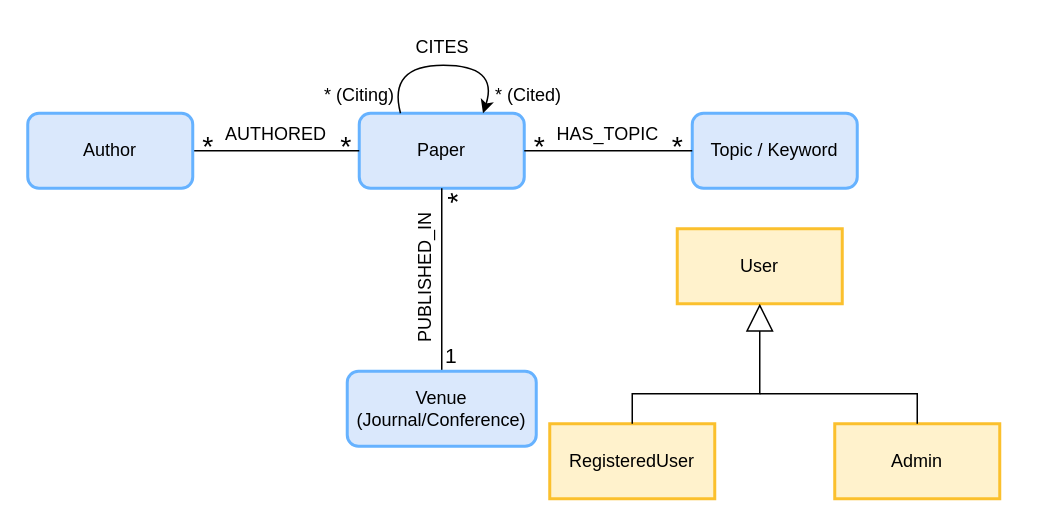
The draw.io diagram Preliminary_UML.drawio in AndreaCovelli/NexusScholar, before the edit. Source tidied: cells renumbered, new cells numbered last; positions are measured from the earlier drawing's top-left corner, leaving out a move shared by most shapes. Both pictures are drawn from the tidied source at 150%, with x=0, y=0 at pixel (27, 26).
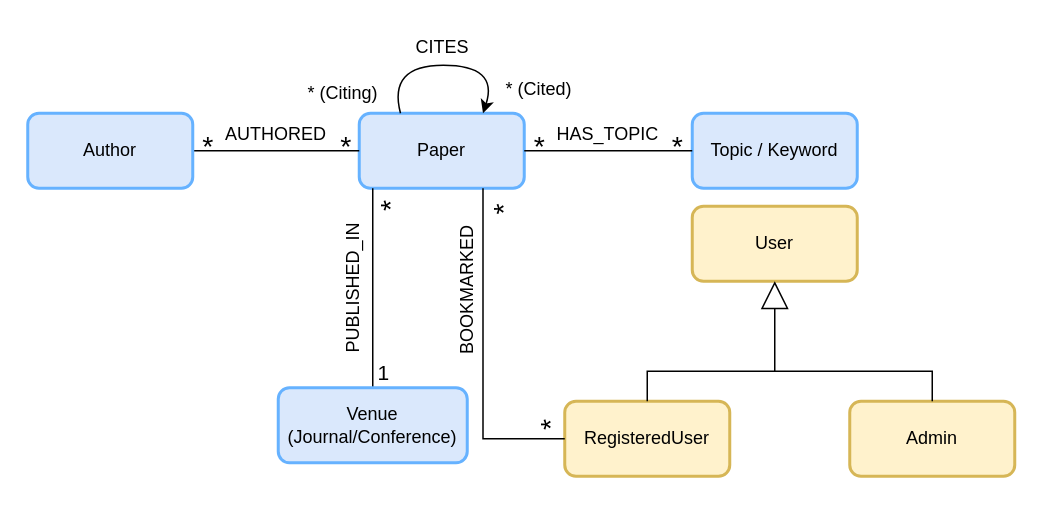
The same page after the edit.

Commit message:
fix: preliminary uml unified with users uml and changed some style (#7)

The change refers to these unchanged cells:
```xml
<mxCell id="2" value="Paper" style="html=1;whiteSpace=wrap;fillColor=#dae8fc;strokeColor=#66B2FF;strokeWidth=2;rounded=1;" parent="1" vertex="1">
  <mxGeometry x="221" y="58" width="110" height="50" as="geometry" />
</mxCell>
```

The edit, as a diff of the source:
```diff
@@
-    <mxCell id="3" value="User" style="html=1;whiteSpace=wrap;fillColor=#fff2cc;strokeColor=#FBC02D;strokeWidth=2;" parent="1" vertex="1">
-      <mxGeometry x="433" y="135" width="110" height="50" as="geometry" />
+    <mxCell id="3" value="User" style="html=1;whiteSpace=wrap;fillColor=#fff2cc;strokeColor=#d6b656;strokeWidth=2;rounded=1;align=center;verticalAlign=middle;fontFamily=Helvetica;fontSize=12;" parent="1" vertex="1">
+      <mxGeometry x="443" y="120" width="110" height="50" as="geometry" />
     </mxCell>
-    <mxCell id="4" value="RegisteredUser" style="html=1;whiteSpace=wrap;fillColor=#fff2cc;strokeColor=#FBC02D;strokeWidth=2;" parent="1" vertex="1">
-      <mxGeometry x="348" y="265" width="110" height="50" as="geometry" />
+    <mxCell id="4" value="RegisteredUser" style="html=1;whiteSpace=wrap;fillColor=#fff2cc;strokeColor=#d6b656;strokeWidth=2;rounded=1;align=center;verticalAlign=middle;fontFamily=Helvetica;fontSize=12;" parent="1" vertex="1">
+      <mxGeometry x="358" y="250" width="110" height="50" as="geometry" />
     </mxCell>
-    <mxCell id="5" value="Admin" style="html=1;whiteSpace=wrap;fillColor=#fff2cc;strokeColor=#FBC02D;strokeWidth=2;" parent="1" vertex="1">
-      <mxGeometry x="538" y="265" width="110" height="50" as="geometry" />
+    <mxCell id="5" value="Admin" style="html=1;whiteSpace=wrap;fillColor=#fff2cc;strokeColor=#d6b656;strokeWidth=2;rounded=1;align=center;verticalAlign=middle;fontFamily=Helvetica;fontSize=12;" parent="1" vertex="1">
+      <mxGeometry x="548" y="250" width="110" height="50" as="geometry" />
     </mxCell>
     <mxCell id="6" style="endArrow=block;endSize=16;endFill=0;html=1;entryX=0.5;entryY=1;entryDx=0;entryDy=0;exitX=0.5;exitY=0;exitDx=0;exitDy=0;rounded=0;curved=0;" parent="1" edge="1" source="4" target="3">
       <mxGeometry relative="1" as="geometry">
         <Array as="points">
-          <mxPoint x="403" y="245" />
-          <mxPoint x="488" y="245" />
+          <mxPoint x="413" y="230" />
+          <mxPoint x="498" y="230" />
         </Array>
       </mxGeometry>
     </mxCell>
     <mxCell id="7" style="endArrow=none;html=1;edgeStyle=orthogonalEdgeStyle;exitX=0.5;exitY=0;exitDx=0;exitDy=0;rounded=0;curved=0;" parent="1" edge="1" source="5">
       <mxGeometry relative="1" as="geometry">
-        <mxPoint x="488" y="245" as="targetPoint" />
+        <mxPoint x="498" y="230" as="targetPoint" />
         <Array as="points">
-          <mxPoint x="593" y="245" />
+          <mxPoint x="603" y="230" />
         </Array>
       </mxGeometry>
     </mxCell>
@@
-    <mxCell id="13" style="curved=1;endArrow=classic;html=1;rounded=0;exitX=0.25;exitY=0;exitDx=0;exitDy=0;entryX=0.75;entryY=0;entryDx=0;entryDy=0;" parent="1" edge="1" source="2" target="2">
+    <mxCell id="13" style="curved=1;endArrow=classic;html=1;rounded=0;exitX=0.25;exitY=0;exitDx=0;exitDy=0;entryX=0.75;entryY=0;entryDx=0;entryDy=0;endFill=1;" parent="1" edge="1" source="2" target="2">
       <mxGeometry relative="1" as="geometry">
         <Array as="points">
           <mxPoint x="240" y="26" />
           <mxPoint x="314" y="26" />
         </Array>
       </mxGeometry>
     </mxCell>
@@
     <mxCell id="15" value="* (Citing)" style="text;whiteSpace=wrap;" parent="1" vertex="1">
-      <mxGeometry x="196" y="32" width="52" height="26" as="geometry" />
+      <mxGeometry x="185" y="31" width="52" height="26" as="geometry" />
     </mxCell>
     <mxCell id="16" value="* (Cited)" style="text;whiteSpace=wrap;" parent="1" vertex="1">
-      <mxGeometry x="310" y="32" width="48.1" height="25" as="geometry" />
+      <mxGeometry x="317.4" y="28" width="48.1" height="25" as="geometry" />
     </mxCell>
@@
-    <mxCell id="22" style="endArrow=none;html=1;edgeStyle=orthogonalEdgeStyle;entryX=0.5;entryY=1;entryDx=0;entryDy=0;exitX=0.5;exitY=0;exitDx=0;exitDy=0;" parent="1" edge="1" source="23" target="2">
+    <mxCell id="22" style="endArrow=none;html=1;edgeStyle=orthogonalEdgeStyle;entryX=0.082;entryY=1;entryDx=0;entryDy=0;exitX=0.5;exitY=0;exitDx=0;exitDy=0;entryPerimeter=0;" parent="1" edge="1" source="23" target="2">
       <mxGeometry relative="1" as="geometry" />
     </mxCell>
     <mxCell id="23" value="Venue (Journal/Conference)" style="html=1;whiteSpace=wrap;fillColor=#dae8fc;strokeColor=#66B2FF;strokeWidth=2;rounded=1;" parent="1" vertex="1">
-      <mxGeometry x="213" y="230" width="126" height="50" as="geometry" />
+      <mxGeometry x="167" y="241" width="126" height="50" as="geometry" />
     </mxCell>
     <mxCell id="24" value="PUBLISHED_IN" style="text;whiteSpace=wrap;rotation=-90;" parent="1" vertex="1">
-      <mxGeometry x="218" y="156" width="90" height="24" as="geometry" />
+      <mxGeometry x="170" y="163" width="90" height="24" as="geometry" />
     </mxCell>
     <mxCell id="25" value="&lt;font style=&quot;font-size: 19px;&quot;&gt;*&lt;/font&gt;" style="text;html=1;align=center;verticalAlign=middle;whiteSpace=wrap;rounded=0;rotation=-90;" parent="1" vertex="1">
-      <mxGeometry x="282" y="105" width="11" height="20" as="geometry" />
+      <mxGeometry x="237" y="110" width="11" height="20" as="geometry" />
     </mxCell>
     <mxCell id="26" value="&lt;font style=&quot;font-size: 14px;&quot;&gt;1&lt;/font&gt;" style="text;html=1;align=center;verticalAlign=middle;whiteSpace=wrap;rounded=0;rotation=0;" parent="1" vertex="1">
-      <mxGeometry x="277" y="210" width="11" height="20" as="geometry" />
+      <mxGeometry x="232" y="221" width="11" height="20" as="geometry" />
     </mxCell>
+    <mxCell id="27" style="endArrow=none;html=1;edgeStyle=orthogonalEdgeStyle;entryX=0.75;entryY=1;entryDx=0;entryDy=0;exitX=0;exitY=0.5;exitDx=0;exitDy=0;rounded=0;curved=0;" parent="1" edge="1" source="4" target="2">
+      <mxGeometry relative="1" as="geometry" />
+    </mxCell>
+    <mxCell id="28" value="BOOKMARKED" style="text;html=1;align=center;verticalAlign=middle;whiteSpace=wrap;rounded=0;fontFamily=Helvetica;fontSize=12;fontColor=default;direction=east;rotation=-90;" parent="1" vertex="1">
+      <mxGeometry x="237" y="161" width="112" height="30" as="geometry" />
+    </mxCell>
+    <mxCell id="29" value="&lt;font style=&quot;font-size: 19px;&quot;&gt;*&lt;/font&gt;" style="text;html=1;align=center;verticalAlign=middle;whiteSpace=wrap;rounded=0;rotation=-90;" parent="1" vertex="1">
+      <mxGeometry x="309.8" y="112.8" width="16.5" height="20" as="geometry" />
+    </mxCell>
+    <mxCell id="30" value="&lt;font style=&quot;font-size: 19px;&quot;&gt;*&lt;/font&gt;" style="text;html=1;align=center;verticalAlign=middle;whiteSpace=wrap;rounded=0;rotation=-90;" parent="1" vertex="1">
+      <mxGeometry x="344" y="256" width="11" height="20" as="geometry" />
+    </mxCell>
```
